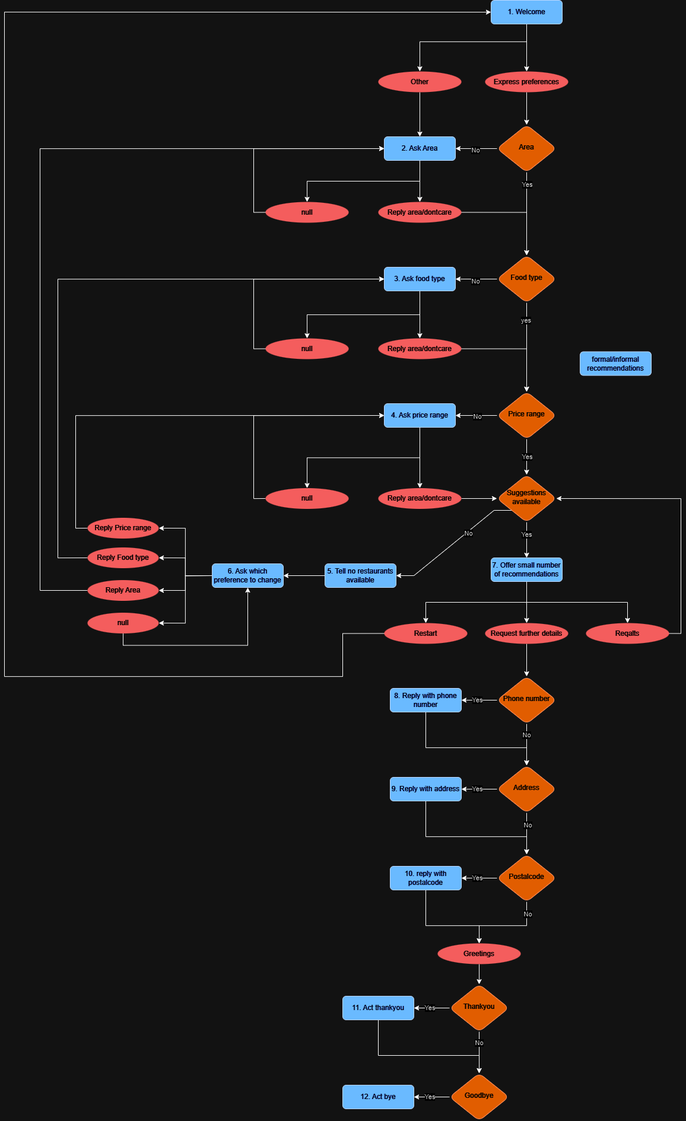
Earlier version of the draw.io export assignment_1c/state_transition_diagram.png (stormjoannes/MAIR_1). Source tidied: cells renumbered, new cells last; positions are measured from the earlier drawing's top-left corner, leaving out a move shared by most shapes.
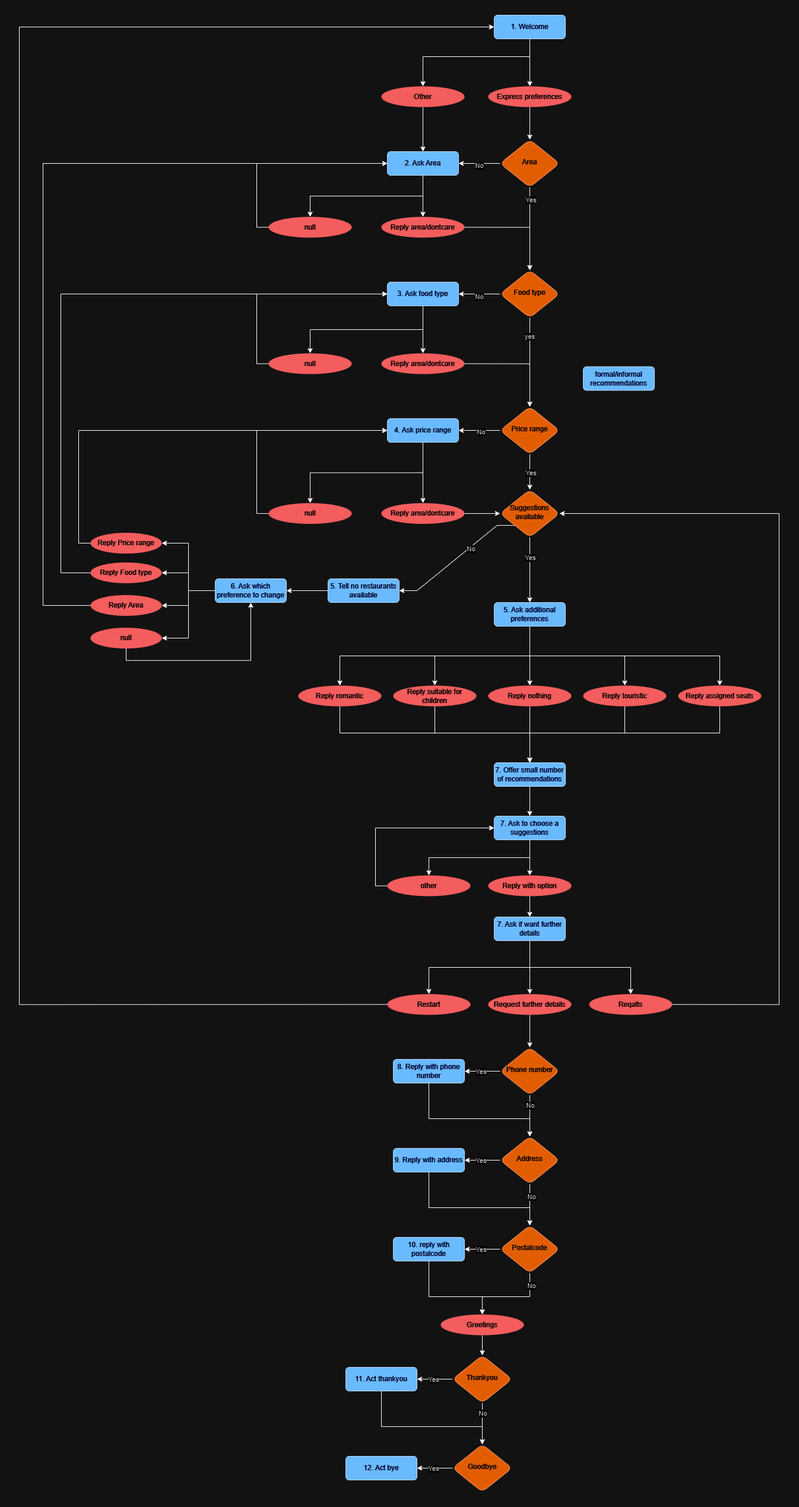
Above is the later version.

Change to the diagram source:
```diff
@@ -149,4 +149,4 @@
     </mxCell>
-    <mxCell id="48" value="7. Offer small number of recommendations" style="rounded=1;whiteSpace=wrap;html=1;fontSize=12;glass=0;strokeWidth=1;shadow=0;fillColor=#0050ef;fontColor=#ffffff;strokeColor=#001DBC;" parent="1" vertex="1">
-      <mxGeometry x="820" y="940" width="120" height="40" as="geometry" />
+    <mxCell id="48" value="7. Ask if want further details" style="rounded=1;whiteSpace=wrap;html=1;fontSize=12;glass=0;strokeWidth=1;shadow=0;fillColor=#0050ef;fontColor=#ffffff;strokeColor=#001DBC;" parent="1" vertex="1">
+      <mxGeometry x="820" y="1520" width="120" height="40" as="geometry" />
     </mxCell>
@@ -156,9 +156,14 @@
     <mxCell id="50" value="&lt;font color=&quot;#ffffff&quot;&gt;Request further details&lt;/font&gt;" style="ellipse;whiteSpace=wrap;html=1;fillColor=#f96262;strokeColor=none;fontColor=#000000;" parent="1" vertex="1">
-      <mxGeometry x="810" y="1050" width="140" height="35" as="geometry" />
+      <mxGeometry x="810" y="1650" width="140" height="35" as="geometry" />
     </mxCell>
     <mxCell id="51" style="edgeStyle=orthogonalEdgeStyle;rounded=0;jettySize=auto;html=1;exitX=1;exitY=0.5;exitDx=0;exitDy=0;entryX=1;entryY=0.5;entryDx=0;entryDy=0;" parent="1" edge="1" source="52" target="94">
-      <mxGeometry relative="1" as="geometry" />
+      <mxGeometry relative="1" as="geometry">
+        <Array as="points">
+          <mxPoint x="1300" y="1668" />
+          <mxPoint x="1300" y="840" />
+        </Array>
+      </mxGeometry>
     </mxCell>
     <mxCell id="52" value="&lt;font color=&quot;#ffffff&quot;&gt;Reqalts&lt;/font&gt;" style="ellipse;whiteSpace=wrap;html=1;fillColor=#f96262;strokeColor=none;fontColor=#000000;" parent="1" vertex="1">
-      <mxGeometry x="980" y="1050" width="140" height="35" as="geometry" />
+      <mxGeometry x="980" y="1650" width="140" height="35" as="geometry" />
     </mxCell>
@@ -167,6 +172,4 @@
         <Array as="points">
-          <mxPoint x="570" y="1068" />
-          <mxPoint x="570" y="1140" />
-          <mxPoint y="1140" />
-          <mxPoint y="20" />
+          <mxPoint x="20" y="1668" />
+          <mxPoint x="20" y="20" />
         </Array>
@@ -175,3 +178,3 @@
     <mxCell id="54" value="&lt;font color=&quot;#ffffff&quot;&gt;Restart&lt;/font&gt;" style="ellipse;whiteSpace=wrap;html=1;fillColor=#f96262;strokeColor=none;fontColor=#000000;" parent="1" vertex="1">
-      <mxGeometry x="640" y="1050" width="140" height="35" as="geometry" />
+      <mxGeometry x="640" y="1650" width="140" height="35" as="geometry" />
     </mxCell>
@@ -190,3 +193,3 @@
     <mxCell id="59" value="&lt;font color=&quot;#ffffff&quot;&gt;Phone number&lt;/font&gt;" style="rhombus;whiteSpace=wrap;html=1;shadow=0;fontFamily=Helvetica;fontSize=12;align=center;strokeWidth=1;spacing=6;spacingTop=-4;fillColor=#fb7718;fontColor=#000000;strokeColor=#C73500;rounded=1;" parent="1" vertex="1">
-      <mxGeometry x="830" y="1140" width="100" height="80" as="geometry" />
+      <mxGeometry x="830" y="1740" width="100" height="80" as="geometry" />
     </mxCell>
@@ -195,4 +198,4 @@
         <Array as="points">
-          <mxPoint x="710" y="1260" />
-          <mxPoint x="880" y="1260" />
+          <mxPoint x="710" y="1860" />
+          <mxPoint x="880" y="1860" />
         </Array>
@@ -201,3 +204,3 @@
     <mxCell id="61" value="8. Reply with phone number" style="rounded=1;whiteSpace=wrap;html=1;fontSize=12;glass=0;strokeWidth=1;shadow=0;fillColor=#0050ef;fontColor=#ffffff;strokeColor=#001DBC;" parent="1" vertex="1">
-      <mxGeometry x="650" y="1160" width="120" height="40" as="geometry" />
+      <mxGeometry x="650" y="1760" width="120" height="40" as="geometry" />
     </mxCell>
@@ -210,3 +213,3 @@
     <mxCell id="64" value="&lt;font color=&quot;#ffffff&quot;&gt;Address&lt;/font&gt;" style="rhombus;whiteSpace=wrap;html=1;shadow=0;fontFamily=Helvetica;fontSize=12;align=center;strokeWidth=1;spacing=6;spacingTop=-4;fillColor=#fb7718;fontColor=#000000;strokeColor=#C73500;rounded=1;" parent="1" vertex="1">
-      <mxGeometry x="830" y="1290" width="100" height="80" as="geometry" />
+      <mxGeometry x="830" y="1890" width="100" height="80" as="geometry" />
     </mxCell>
@@ -221,4 +224,4 @@
         <Array as="points">
-          <mxPoint x="710" y="1410" />
-          <mxPoint x="880" y="1410" />
+          <mxPoint x="710" y="2010" />
+          <mxPoint x="880" y="2010" />
         </Array>
@@ -227,3 +230,3 @@
     <mxCell id="68" value="9. Reply with address" style="rounded=1;whiteSpace=wrap;html=1;fontSize=12;glass=0;strokeWidth=1;shadow=0;fillColor=#0050ef;fontColor=#ffffff;strokeColor=#001DBC;" parent="1" vertex="1">
-      <mxGeometry x="650" y="1310" width="120" height="40" as="geometry" />
+      <mxGeometry x="650" y="1910" width="120" height="40" as="geometry" />
     </mxCell>
@@ -232,4 +235,4 @@
         <Array as="points">
-          <mxPoint x="880" y="1560" />
-          <mxPoint x="800" y="1560" />
+          <mxPoint x="880" y="2160" />
+          <mxPoint x="800" y="2160" />
         </Array>
@@ -241,3 +244,3 @@
     <mxCell id="71" value="&lt;font color=&quot;#ffffff&quot;&gt;Postalcode&lt;/font&gt;" style="rhombus;whiteSpace=wrap;html=1;shadow=0;fontFamily=Helvetica;fontSize=12;align=center;strokeWidth=1;spacing=6;spacingTop=-4;fillColor=#fb7718;fontColor=#000000;strokeColor=#C73500;rounded=1;" parent="1" vertex="1">
-      <mxGeometry x="830" y="1440" width="100" height="80" as="geometry" />
+      <mxGeometry x="830" y="2040" width="100" height="80" as="geometry" />
     </mxCell>
@@ -252,4 +255,4 @@
         <Array as="points">
-          <mxPoint x="710" y="1560" />
-          <mxPoint x="800" y="1560" />
+          <mxPoint x="710" y="2160" />
+          <mxPoint x="800" y="2160" />
         </Array>
@@ -258,3 +261,3 @@
     <mxCell id="75" value="10. reply with postalcode" style="rounded=1;whiteSpace=wrap;html=1;fontSize=12;glass=0;strokeWidth=1;shadow=0;fillColor=#0050ef;fontColor=#ffffff;strokeColor=#001DBC;" parent="1" vertex="1">
-      <mxGeometry x="650" y="1460" width="120" height="40" as="geometry" />
+      <mxGeometry x="650" y="2060" width="120" height="40" as="geometry" />
     </mxCell>
@@ -264,3 +267,3 @@
     <mxCell id="77" value="&lt;font color=&quot;#ffffff&quot;&gt;Greetings&lt;/font&gt;" style="ellipse;whiteSpace=wrap;html=1;fillColor=#f96262;strokeColor=none;fontColor=#000000;" parent="1" vertex="1">
-      <mxGeometry x="730" y="1590" width="140" height="35" as="geometry" />
+      <mxGeometry x="730" y="2190" width="140" height="35" as="geometry" />
     </mxCell>
@@ -279,3 +282,3 @@
     <mxCell id="82" value="&lt;font color=&quot;#ffffff&quot;&gt;Thankyou&lt;/font&gt;" style="rhombus;whiteSpace=wrap;html=1;shadow=0;fontFamily=Helvetica;fontSize=12;align=center;strokeWidth=1;spacing=6;spacingTop=-4;fillColor=#fb7718;fontColor=#000000;strokeColor=#C73500;rounded=1;" parent="1" vertex="1">
-      <mxGeometry x="750" y="1659" width="100" height="80" as="geometry" />
+      <mxGeometry x="750" y="2259" width="100" height="80" as="geometry" />
     </mxCell>
@@ -284,4 +287,4 @@
         <Array as="points">
-          <mxPoint x="630" y="1779" />
-          <mxPoint x="800" y="1779" />
+          <mxPoint x="630" y="2379" />
+          <mxPoint x="800" y="2379" />
         </Array>
@@ -290,6 +293,6 @@
     <mxCell id="84" value="11. Act thankyou" style="rounded=1;whiteSpace=wrap;html=1;fontSize=12;glass=0;strokeWidth=1;shadow=0;fillColor=#0050ef;fontColor=#ffffff;strokeColor=#001DBC;" parent="1" vertex="1">
-      <mxGeometry x="570" y="1679" width="120" height="40" as="geometry" />
+      <mxGeometry x="570" y="2279" width="120" height="40" as="geometry" />
     </mxCell>
     <mxCell id="85" value="&lt;font color=&quot;#ffffff&quot;&gt;Goodbye&lt;/font&gt;" style="rhombus;whiteSpace=wrap;html=1;shadow=0;fontFamily=Helvetica;fontSize=12;align=center;strokeWidth=1;spacing=6;spacingTop=-4;fillColor=#fb7718;fontColor=#000000;strokeColor=#C73500;rounded=1;" parent="1" vertex="1">
-      <mxGeometry x="750" y="1809" width="100" height="80" as="geometry" />
+      <mxGeometry x="750" y="2409" width="100" height="80" as="geometry" />
     </mxCell>
@@ -302,3 +305,3 @@
     <mxCell id="88" value="12. Act bye" style="rounded=1;whiteSpace=wrap;html=1;fontSize=12;glass=0;strokeWidth=1;shadow=0;fillColor=#0050ef;fontColor=#ffffff;strokeColor=#001DBC;" parent="1" vertex="1">
-      <mxGeometry x="570" y="1829" width="120" height="40" as="geometry" />
+      <mxGeometry x="570" y="2429" width="120" height="40" as="geometry" />
     </mxCell>
@@ -307,3 +310,3 @@
     </mxCell>
-    <mxCell id="90" style="edgeStyle=orthogonalEdgeStyle;rounded=0;jettySize=auto;html=1;exitX=0.5;exitY=1;exitDx=0;exitDy=0;entryX=0.5;entryY=0;entryDx=0;entryDy=0;" parent="1" edge="1" source="94" target="48">
+    <mxCell id="90" style="edgeStyle=orthogonalEdgeStyle;rounded=0;jettySize=auto;html=1;exitX=0.5;exitY=1;exitDx=0;exitDy=0;entryX=0.5;entryY=0;entryDx=0;entryDy=0;" parent="1" edge="1" source="94" target="115">
       <mxGeometry relative="1" as="geometry" />
@@ -377,2 +380,97 @@
     </mxCell>
+    <mxCell id="110" style="edgeStyle=orthogonalEdgeStyle;rounded=0;jettySize=auto;html=1;exitX=0.5;exitY=1;exitDx=0;exitDy=0;entryX=0.5;entryY=0;entryDx=0;entryDy=0;" parent="1" edge="1" source="115" target="123">
+      <mxGeometry relative="1" as="geometry" />
+    </mxCell>
+    <mxCell id="111" style="edgeStyle=orthogonalEdgeStyle;rounded=0;jettySize=auto;html=1;exitX=0.5;exitY=1;exitDx=0;exitDy=0;entryX=0.5;entryY=0;entryDx=0;entryDy=0;" parent="1" edge="1" source="115" target="121">
+      <mxGeometry relative="1" as="geometry" />
+    </mxCell>
+    <mxCell id="112" style="edgeStyle=orthogonalEdgeStyle;rounded=0;jettySize=auto;html=1;exitX=0.5;exitY=1;exitDx=0;exitDy=0;entryX=0.5;entryY=0;entryDx=0;entryDy=0;" parent="1" edge="1" source="115" target="119">
+      <mxGeometry relative="1" as="geometry" />
+    </mxCell>
+    <mxCell id="113" style="edgeStyle=orthogonalEdgeStyle;rounded=0;jettySize=auto;html=1;exitX=0.5;exitY=1;exitDx=0;exitDy=0;entryX=0.5;entryY=0;entryDx=0;entryDy=0;" parent="1" edge="1" source="115" target="117">
+      <mxGeometry relative="1" as="geometry" />
+    </mxCell>
+    <mxCell id="114" style="edgeStyle=orthogonalEdgeStyle;rounded=0;jettySize=auto;html=1;exitX=0.5;exitY=1;exitDx=0;exitDy=0;entryX=0.5;entryY=0;entryDx=0;entryDy=0;" parent="1" edge="1" source="115" target="125">
+      <mxGeometry relative="1" as="geometry" />
+    </mxCell>
+    <mxCell id="115" value="5. Ask additional preferences" style="rounded=1;whiteSpace=wrap;html=1;fontSize=12;glass=0;strokeWidth=1;shadow=0;fillColor=#0050ef;fontColor=#ffffff;strokeColor=#001DBC;" parent="1" vertex="1">
+      <mxGeometry x="820" y="990" width="120" height="40" as="geometry" />
+    </mxCell>
+    <mxCell id="116" style="edgeStyle=orthogonalEdgeStyle;rounded=0;jettySize=auto;html=1;exitX=0.5;exitY=1;exitDx=0;exitDy=0;entryX=0.5;entryY=0;entryDx=0;entryDy=0;" parent="1" edge="1" source="117" target="127">
+      <mxGeometry relative="1" as="geometry">
+        <Array as="points">
+          <mxPoint x="560" y="1210" />
+          <mxPoint x="880" y="1210" />
+        </Array>
+      </mxGeometry>
+    </mxCell>
+    <mxCell id="117" value="&lt;font color=&quot;#ffffff&quot;&gt;Reply romantic&lt;/font&gt;" style="ellipse;whiteSpace=wrap;html=1;fillColor=#f96262;strokeColor=none;fontColor=#000000;" parent="1" vertex="1">
+      <mxGeometry x="490" y="1130" width="140" height="35" as="geometry" />
+    </mxCell>
+    <mxCell id="118" style="edgeStyle=orthogonalEdgeStyle;rounded=0;jettySize=auto;html=1;exitX=0.5;exitY=1;exitDx=0;exitDy=0;entryX=0.5;entryY=0;entryDx=0;entryDy=0;" parent="1" edge="1" source="119" target="127">
+      <mxGeometry relative="1" as="geometry">
+        <Array as="points">
+          <mxPoint x="720" y="1210" />
+          <mxPoint x="880" y="1210" />
+        </Array>
+      </mxGeometry>
+    </mxCell>
+    <mxCell id="119" value="&lt;font color=&quot;#ffffff&quot;&gt;Reply suitable for children&lt;/font&gt;" style="ellipse;whiteSpace=wrap;html=1;fillColor=#f96262;strokeColor=none;fontColor=#000000;" parent="1" vertex="1">
+      <mxGeometry x="650" y="1130" width="140" height="35" as="geometry" />
+    </mxCell>
+    <mxCell id="120" style="edgeStyle=orthogonalEdgeStyle;rounded=0;jettySize=auto;html=1;exitX=0.5;exitY=1;exitDx=0;exitDy=0;entryX=0.5;entryY=0;entryDx=0;entryDy=0;" parent="1" edge="1" source="121" target="127">
+      <mxGeometry relative="1" as="geometry">
+        <Array as="points">
+          <mxPoint x="1040" y="1210" />
+          <mxPoint x="880" y="1210" />
+        </Array>
+      </mxGeometry>
+    </mxCell>
+    <mxCell id="121" value="&lt;font color=&quot;#ffffff&quot;&gt;Reply touristic&lt;/font&gt;" style="ellipse;whiteSpace=wrap;html=1;fillColor=#f96262;strokeColor=none;fontColor=#000000;" parent="1" vertex="1">
+      <mxGeometry x="970" y="1130" width="140" height="35" as="geometry" />
+    </mxCell>
+    <mxCell id="122" style="edgeStyle=orthogonalEdgeStyle;rounded=0;jettySize=auto;html=1;exitX=0.5;exitY=1;exitDx=0;exitDy=0;entryX=0.5;entryY=0;entryDx=0;entryDy=0;" parent="1" edge="1" source="123" target="127">
+      <mxGeometry relative="1" as="geometry">
+        <Array as="points">
+          <mxPoint x="1200" y="1210" />
+          <mxPoint x="880" y="1210" />
+        </Array>
+      </mxGeometry>
+    </mxCell>
+    <mxCell id="123" value="&lt;font color=&quot;#ffffff&quot;&gt;Reply assigned seats&lt;/font&gt;" style="ellipse;whiteSpace=wrap;html=1;fillColor=#f96262;strokeColor=none;fontColor=#000000;" parent="1" vertex="1">
+      <mxGeometry x="1130" y="1130" width="140" height="35" as="geometry" />
+    </mxCell>
+    <mxCell id="124" style="edgeStyle=orthogonalEdgeStyle;rounded=0;jettySize=auto;html=1;exitX=0.5;exitY=1;exitDx=0;exitDy=0;entryX=0.5;entryY=0;entryDx=0;entryDy=0;" parent="1" edge="1" source="125" target="127">
+      <mxGeometry relative="1" as="geometry" />
+    </mxCell>
+    <mxCell id="125" value="&lt;font color=&quot;#ffffff&quot;&gt;Reply nothing&lt;/font&gt;" style="ellipse;whiteSpace=wrap;html=1;fillColor=#f96262;strokeColor=none;fontColor=#000000;" parent="1" vertex="1">
+      <mxGeometry x="810" y="1130" width="140" height="35" as="geometry" />
+    </mxCell>
+    <mxCell id="126" style="edgeStyle=orthogonalEdgeStyle;rounded=0;jettySize=auto;html=1;exitX=0.5;exitY=1;exitDx=0;exitDy=0;entryX=0.5;entryY=0;entryDx=0;entryDy=0;" parent="1" edge="1" source="127" target="130">
+      <mxGeometry relative="1" as="geometry" />
+    </mxCell>
+    <mxCell id="127" value="7. Offer small number of recommendations" style="rounded=1;whiteSpace=wrap;html=1;fontSize=12;glass=0;strokeWidth=1;shadow=0;fillColor=#0050ef;fontColor=#ffffff;strokeColor=#001DBC;" parent="1" vertex="1">
+      <mxGeometry x="820" y="1260" width="120" height="40" as="geometry" />
+    </mxCell>
+    <mxCell id="128" style="edgeStyle=orthogonalEdgeStyle;rounded=0;jettySize=auto;html=1;exitX=0.5;exitY=1;exitDx=0;exitDy=0;entryX=0.5;entryY=0;entryDx=0;entryDy=0;" parent="1" edge="1" source="130" target="134">
+      <mxGeometry relative="1" as="geometry" />
+    </mxCell>
+    <mxCell id="129" style="edgeStyle=orthogonalEdgeStyle;rounded=0;jettySize=auto;html=1;exitX=0.5;exitY=1;exitDx=0;exitDy=0;entryX=0.5;entryY=0;entryDx=0;entryDy=0;" parent="1" edge="1" source="130" target="132">
+      <mxGeometry relative="1" as="geometry" />
+    </mxCell>
+    <mxCell id="130" value="7. Ask to choose a suggestions" style="rounded=1;whiteSpace=wrap;html=1;fontSize=12;glass=0;strokeWidth=1;shadow=0;fillColor=#0050ef;fontColor=#ffffff;strokeColor=#001DBC;" parent="1" vertex="1">
+      <mxGeometry x="820" y="1350" width="120" height="40" as="geometry" />
+    </mxCell>
+    <mxCell id="131" style="edgeStyle=orthogonalEdgeStyle;rounded=0;jettySize=auto;html=1;exitX=0.5;exitY=1;exitDx=0;exitDy=0;entryX=0.5;entryY=0;entryDx=0;entryDy=0;" parent="1" edge="1" source="132" target="48">
+      <mxGeometry relative="1" as="geometry" />
+    </mxCell>
+    <mxCell id="132" value="&lt;font color=&quot;#ffffff&quot;&gt;Reply with option&lt;/font&gt;" style="ellipse;whiteSpace=wrap;html=1;fillColor=#f96262;strokeColor=none;fontColor=#000000;" parent="1" vertex="1">
+      <mxGeometry x="810" y="1450" width="140" height="35" as="geometry" />
+    </mxCell>
+    <mxCell id="133" style="edgeStyle=orthogonalEdgeStyle;rounded=0;jettySize=auto;html=1;exitX=0;exitY=0.5;exitDx=0;exitDy=0;entryX=0;entryY=0.5;entryDx=0;entryDy=0;" parent="1" edge="1" source="134" target="130">
+      <mxGeometry relative="1" as="geometry" />
+    </mxCell>
+    <mxCell id="134" value="&lt;font color=&quot;#ffffff&quot;&gt;other&lt;/font&gt;" style="ellipse;whiteSpace=wrap;html=1;fillColor=#f96262;strokeColor=none;fontColor=#000000;" parent="1" vertex="1">
+      <mxGeometry x="640" y="1450" width="140" height="35" as="geometry" />
+    </mxCell>
   </root>
```
